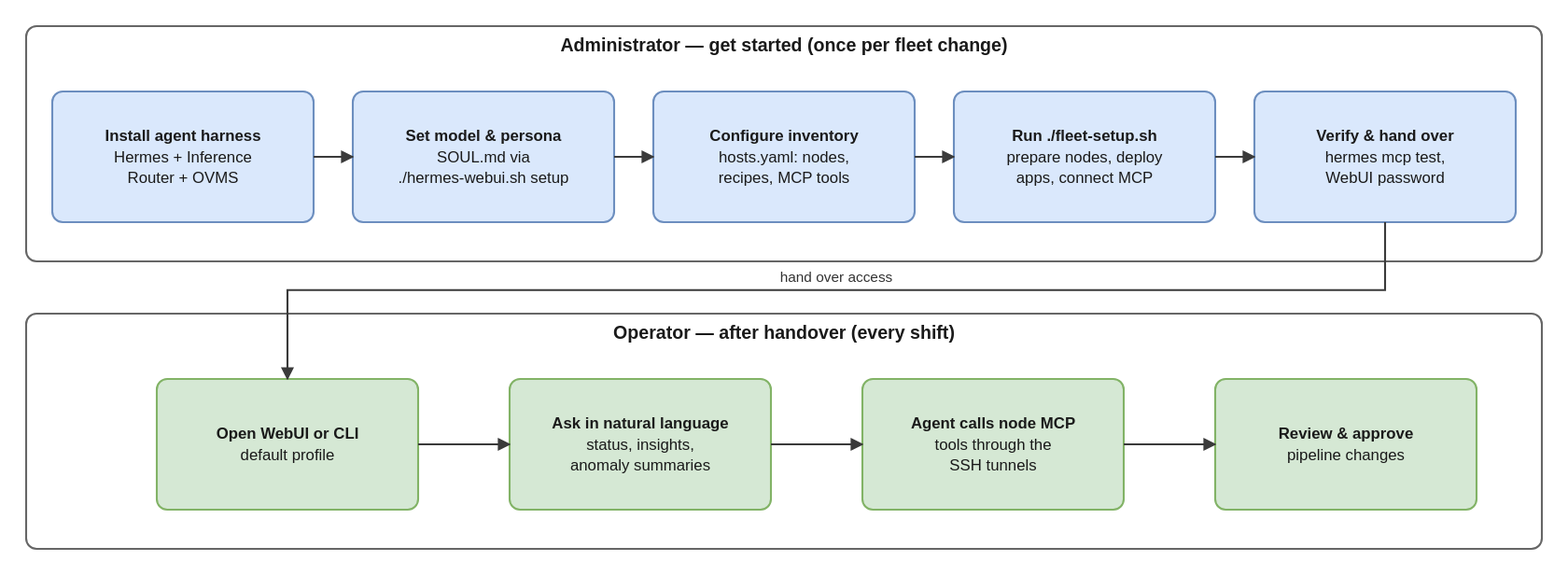
open-edge-platform/manufacturing-ai-suite keeps this draw.io diagram as factory-defects-inspector-agent/docs/user-guide/_assets/fdi-admin-operator-flows.drawio.svg. Above is the earlier version. Source tidied: cells renumbered, new cells last; positions are measured from the earlier drawing's top-left corner, leaving out a move shared by most shapes. The source it was exported from:
```xml
<mxGraphModel>
  <root>
    <mxCell id="0" />
    <mxCell id="1" parent="0" />
    <mxCell id="2" value="Administrator — get started (once per fleet change)" style="rounded=1;whiteSpace=wrap;html=1;fillColor=none;strokeColor=#666666;verticalAlign=top;fontStyle=1;fontSize=14;" parent="1" vertex="1">
      <mxGeometry width="1160" height="180" as="geometry" />
    </mxCell>
    <mxCell id="3" value="Operator — after handover (every shift)" style="rounded=1;whiteSpace=wrap;html=1;fillColor=none;strokeColor=#666666;verticalAlign=top;fontStyle=1;fontSize=14;" parent="1" vertex="1">
      <mxGeometry y="220" width="1160" height="180" as="geometry" />
    </mxCell>
    <mxCell id="4" value="Install agent harness&lt;br&gt;Hermes + Inference&lt;br&gt;Router + OVMS" style="rounded=1;whiteSpace=wrap;html=1;fillColor=#dae8fc;strokeColor=#6c8ebf;fontStyle=1;fontSize=12;" parent="1" vertex="1">
      <mxGeometry x="20" y="50" width="200" height="100" as="geometry" />
    </mxCell>
    <mxCell id="5" value="Set model &amp; persona&lt;br&gt;SOUL.md via&lt;br&gt;./hermes-webui.sh setup" style="rounded=1;whiteSpace=wrap;html=1;fillColor=#dae8fc;strokeColor=#6c8ebf;fontStyle=1;fontSize=12;" parent="1" vertex="1">
      <mxGeometry x="250" y="50" width="200" height="100" as="geometry" />
    </mxCell>
    <mxCell id="6" value="Configure inventory&lt;br&gt;hosts.yaml: nodes,&lt;br&gt;recipes, MCP tools" style="rounded=1;whiteSpace=wrap;html=1;fillColor=#dae8fc;strokeColor=#6c8ebf;fontStyle=1;fontSize=12;" parent="1" vertex="1">
      <mxGeometry x="480" y="50" width="200" height="100" as="geometry" />
    </mxCell>
    <mxCell id="7" value="Run ./fleet-setup.sh&lt;br&gt;prepare nodes, deploy&lt;br&gt;apps, connect MCP" style="rounded=1;whiteSpace=wrap;html=1;fillColor=#dae8fc;strokeColor=#6c8ebf;fontStyle=1;fontSize=12;" parent="1" vertex="1">
      <mxGeometry x="710" y="50" width="200" height="100" as="geometry" />
    </mxCell>
    <mxCell id="8" value="Verify &amp; hand over&lt;br&gt;hermes mcp test,&lt;br&gt;WebUI password" style="rounded=1;whiteSpace=wrap;html=1;fillColor=#dae8fc;strokeColor=#6c8ebf;fontStyle=1;fontSize=12;" parent="1" vertex="1">
      <mxGeometry x="940" y="50" width="200" height="100" as="geometry" />
    </mxCell>
    <mxCell id="9" style="html=1;rounded=0;endArrow=block;endFill=1;fontSize=11;" parent="1" edge="1">
      <mxGeometry relative="1" as="geometry">
        <mxPoint x="220" y="100" as="sourcePoint" />
        <mxPoint x="250" y="100" as="targetPoint" />
      </mxGeometry>
    </mxCell>
    <mxCell id="10" style="html=1;rounded=0;endArrow=block;endFill=1;fontSize=11;" parent="1" edge="1">
      <mxGeometry relative="1" as="geometry">
        <mxPoint x="450" y="100" as="sourcePoint" />
        <mxPoint x="480" y="100" as="targetPoint" />
      </mxGeometry>
    </mxCell>
    <mxCell id="11" style="html=1;rounded=0;endArrow=block;endFill=1;fontSize=11;" parent="1" edge="1">
      <mxGeometry relative="1" as="geometry">
        <mxPoint x="680" y="100" as="sourcePoint" />
        <mxPoint x="710" y="100" as="targetPoint" />
      </mxGeometry>
    </mxCell>
    <mxCell id="12" style="html=1;rounded=0;endArrow=block;endFill=1;fontSize=11;" parent="1" edge="1">
      <mxGeometry relative="1" as="geometry">
        <mxPoint x="910" y="100" as="sourcePoint" />
        <mxPoint x="940" y="100" as="targetPoint" />
      </mxGeometry>
    </mxCell>
    <mxCell id="13" value="Open WebUI or CLI&lt;br&gt;default profile" style="rounded=1;whiteSpace=wrap;html=1;fillColor=#d5e8d4;strokeColor=#82b366;fontStyle=1;fontSize=12;" parent="1" vertex="1">
      <mxGeometry x="100" y="270" width="200" height="100" as="geometry" />
    </mxCell>
    <mxCell id="14" value="Ask in natural language&lt;br&gt;status, insights,&lt;br&gt;anomaly summaries" style="rounded=1;whiteSpace=wrap;html=1;fillColor=#d5e8d4;strokeColor=#82b366;fontStyle=1;fontSize=12;" parent="1" vertex="1">
      <mxGeometry x="370" y="270" width="200" height="100" as="geometry" />
    </mxCell>
    <mxCell id="15" value="Agent calls node MCP&lt;br&gt;tools through the&lt;br&gt;SSH tunnels" style="rounded=1;whiteSpace=wrap;html=1;fillColor=#d5e8d4;strokeColor=#82b366;fontStyle=1;fontSize=12;" parent="1" vertex="1">
      <mxGeometry x="640" y="270" width="200" height="100" as="geometry" />
    </mxCell>
    <mxCell id="16" value="Review &amp; approve&lt;br&gt;pipeline changes" style="rounded=1;whiteSpace=wrap;html=1;fillColor=#d5e8d4;strokeColor=#82b366;fontStyle=1;fontSize=12;" parent="1" vertex="1">
      <mxGeometry x="910" y="270" width="200" height="100" as="geometry" />
    </mxCell>
    <mxCell id="17" style="html=1;rounded=0;endArrow=block;endFill=1;fontSize=11;" parent="1" edge="1">
      <mxGeometry relative="1" as="geometry">
        <mxPoint x="300" y="320" as="sourcePoint" />
        <mxPoint x="370" y="320" as="targetPoint" />
      </mxGeometry>
    </mxCell>
    <mxCell id="18" style="html=1;rounded=0;endArrow=block;endFill=1;fontSize=11;" parent="1" edge="1">
      <mxGeometry relative="1" as="geometry">
        <mxPoint x="570" y="320" as="sourcePoint" />
        <mxPoint x="640" y="320" as="targetPoint" />
      </mxGeometry>
    </mxCell>
    <mxCell id="19" style="html=1;rounded=0;endArrow=block;endFill=1;fontSize=11;" parent="1" edge="1">
      <mxGeometry relative="1" as="geometry">
        <mxPoint x="840" y="320" as="sourcePoint" />
        <mxPoint x="910" y="320" as="targetPoint" />
      </mxGeometry>
    </mxCell>
    <mxCell id="20" value="hand over access" style="html=1;rounded=0;endArrow=block;endFill=1;fontSize=11;" parent="1" edge="1">
      <mxGeometry relative="1" as="geometry">
        <mxPoint x="1040" y="150" as="sourcePoint" />
        <mxPoint x="200" y="270" as="targetPoint" />
        <Array as="points">
          <mxPoint x="1040" y="202" />
          <mxPoint x="200" y="202" />
        </Array>
      </mxGeometry>
    </mxCell>
  </root>
</mxGraphModel>
```
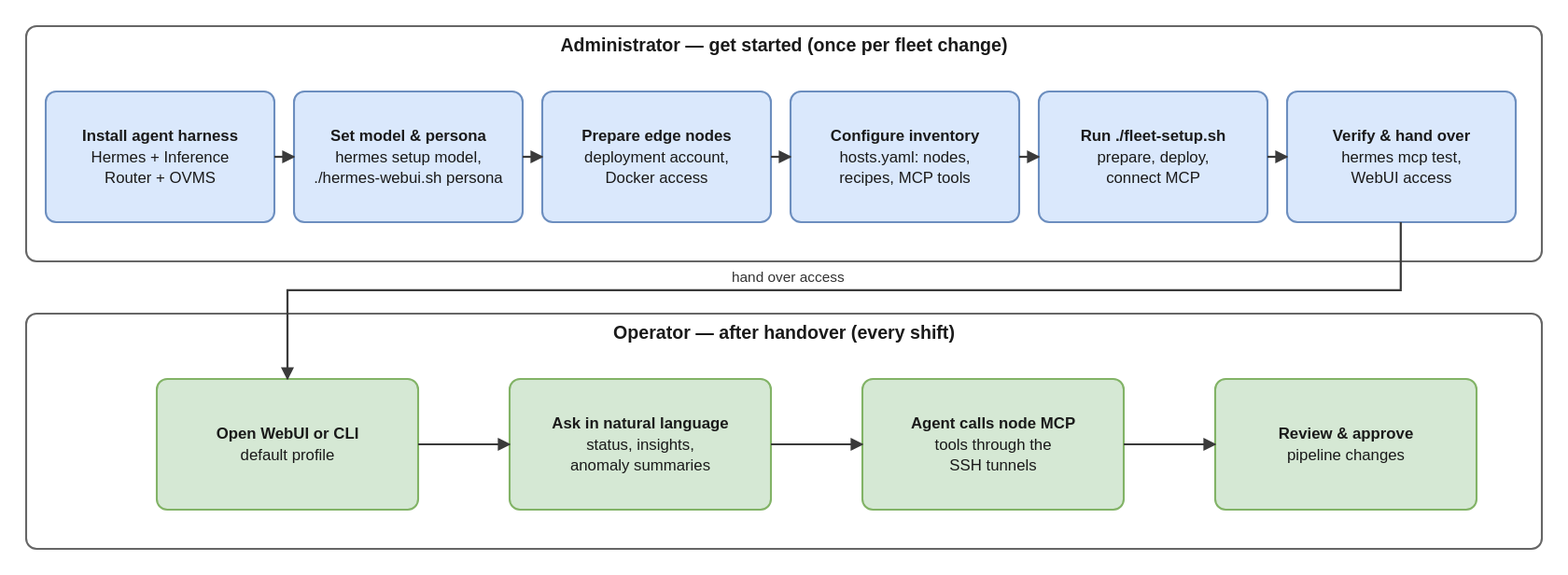
The same diagram one commit later.

Commit message:
docs(factory-defects-inspector-agent): fix architecture diagram accuracy and layout

The edit, as a diff of the source:
```diff
@@ -9,83 +9,95 @@
       <mxGeometry y="220" width="1160" height="180" as="geometry" />
     </mxCell>
     <mxCell id="4" value="Install agent harness&lt;br&gt;Hermes + Inference&lt;br&gt;Router + OVMS" style="rounded=1;whiteSpace=wrap;html=1;fillColor=#dae8fc;strokeColor=#6c8ebf;fontStyle=1;fontSize=12;" parent="1" vertex="1">
-      <mxGeometry x="20" y="50" width="200" height="100" as="geometry" />
+      <mxGeometry x="15" y="50" width="175" height="100" as="geometry" />
     </mxCell>
-    <mxCell id="5" value="Set model &amp; persona&lt;br&gt;SOUL.md via&lt;br&gt;./hermes-webui.sh setup" style="rounded=1;whiteSpace=wrap;html=1;fillColor=#dae8fc;strokeColor=#6c8ebf;fontStyle=1;fontSize=12;" parent="1" vertex="1">
-      <mxGeometry x="250" y="50" width="200" height="100" as="geometry" />
+    <mxCell id="5" value="Set model &amp; persona&lt;br&gt;hermes setup model,&lt;br&gt;./hermes-webui.sh persona" style="rounded=1;whiteSpace=wrap;html=1;fillColor=#dae8fc;strokeColor=#6c8ebf;fontStyle=1;fontSize=12;" parent="1" vertex="1">
+      <mxGeometry x="205" y="50" width="175" height="100" as="geometry" />
     </mxCell>
-    <mxCell id="6" value="Configure inventory&lt;br&gt;hosts.yaml: nodes,&lt;br&gt;recipes, MCP tools" style="rounded=1;whiteSpace=wrap;html=1;fillColor=#dae8fc;strokeColor=#6c8ebf;fontStyle=1;fontSize=12;" parent="1" vertex="1">
-      <mxGeometry x="480" y="50" width="200" height="100" as="geometry" />
+    <mxCell id="6" value="Prepare edge nodes&lt;br&gt;deployment account,&lt;br&gt;Docker access" style="rounded=1;whiteSpace=wrap;html=1;fillColor=#dae8fc;strokeColor=#6c8ebf;fontStyle=1;fontSize=12;" parent="1" vertex="1">
+      <mxGeometry x="395" y="50" width="175" height="100" as="geometry" />
     </mxCell>
-    <mxCell id="7" value="Run ./fleet-setup.sh&lt;br&gt;prepare nodes, deploy&lt;br&gt;apps, connect MCP" style="rounded=1;whiteSpace=wrap;html=1;fillColor=#dae8fc;strokeColor=#6c8ebf;fontStyle=1;fontSize=12;" parent="1" vertex="1">
-      <mxGeometry x="710" y="50" width="200" height="100" as="geometry" />
+    <mxCell id="7" value="Configure inventory&lt;br&gt;hosts.yaml: nodes,&lt;br&gt;recipes, MCP tools" style="rounded=1;whiteSpace=wrap;html=1;fillColor=#dae8fc;strokeColor=#6c8ebf;fontStyle=1;fontSize=12;" parent="1" vertex="1">
+      <mxGeometry x="585" y="50" width="175" height="100" as="geometry" />
     </mxCell>
-    <mxCell id="8" value="Verify &amp; hand over&lt;br&gt;hermes mcp test,&lt;br&gt;WebUI password" style="rounded=1;whiteSpace=wrap;html=1;fillColor=#dae8fc;strokeColor=#6c8ebf;fontStyle=1;fontSize=12;" parent="1" vertex="1">
-      <mxGeometry x="940" y="50" width="200" height="100" as="geometry" />
+    <mxCell id="8" value="Run ./fleet-setup.sh&lt;br&gt;prepare, deploy,&lt;br&gt;connect MCP" style="rounded=1;whiteSpace=wrap;html=1;fillColor=#dae8fc;strokeColor=#6c8ebf;fontStyle=1;fontSize=12;" parent="1" vertex="1">
+      <mxGeometry x="775" y="50" width="175" height="100" as="geometry" />
     </mxCell>
-    <mxCell id="9" style="html=1;rounded=0;endArrow=block;endFill=1;fontSize=11;" parent="1" edge="1">
-      <mxGeometry relative="1" as="geometry">
-        <mxPoint x="220" y="100" as="sourcePoint" />
-        <mxPoint x="250" y="100" as="targetPoint" />
-      </mxGeometry>
+    <mxCell id="9" value="Verify &amp; hand over&lt;br&gt;hermes mcp test,&lt;br&gt;WebUI access" style="rounded=1;whiteSpace=wrap;html=1;fillColor=#dae8fc;strokeColor=#6c8ebf;fontStyle=1;fontSize=12;" parent="1" vertex="1">
+      <mxGeometry x="965" y="50" width="175" height="100" as="geometry" />
     </mxCell>
-    <mxCell id="10" style="html=1;rounded=0;endArrow=block;endFill=1;fontSize=11;" parent="1" edge="1">
+    <mxCell id="10" style="html=1;rounded=0;strokeColor=#3a3a3a;strokeWidth=1.6;endArrow=block;endFill=1;" parent="1" edge="1">
       <mxGeometry relative="1" as="geometry">
-        <mxPoint x="450" y="100" as="sourcePoint" />
-        <mxPoint x="480" y="100" as="targetPoint" />
+        <mxPoint x="190" y="100" as="sourcePoint" />
+        <mxPoint x="205" y="100" as="targetPoint" />
       </mxGeometry>
     </mxCell>
-    <mxCell id="11" style="html=1;rounded=0;endArrow=block;endFill=1;fontSize=11;" parent="1" edge="1">
+    <mxCell id="11" style="html=1;rounded=0;strokeColor=#3a3a3a;strokeWidth=1.6;endArrow=block;endFill=1;" parent="1" edge="1">
       <mxGeometry relative="1" as="geometry">
-        <mxPoint x="680" y="100" as="sourcePoint" />
-        <mxPoint x="710" y="100" as="targetPoint" />
+        <mxPoint x="380" y="100" as="sourcePoint" />
+        <mxPoint x="395" y="100" as="targetPoint" />
       </mxGeometry>
     </mxCell>
-    <mxCell id="12" style="html=1;rounded=0;endArrow=block;endFill=1;fontSize=11;" parent="1" edge="1">
+    <mxCell id="12" style="html=1;rounded=0;strokeColor=#3a3a3a;strokeWidth=1.6;endArrow=block;endFill=1;" parent="1" edge="1">
       <mxGeometry relative="1" as="geometry">
-        <mxPoint x="910" y="100" as="sourcePoint" />
-        <mxPoint x="940" y="100" as="targetPoint" />
+        <mxPoint x="570" y="100" as="sourcePoint" />
+        <mxPoint x="585" y="100" as="targetPoint" />
       </mxGeometry>
     </mxCell>
-    <mxCell id="13" value="Open WebUI or CLI&lt;br&gt;default profile" style="rounded=1;whiteSpace=wrap;html=1;fillColor=#d5e8d4;strokeColor=#82b366;fontStyle=1;fontSize=12;" parent="1" vertex="1">
-      <mxGeometry x="100" y="270" width="200" height="100" as="geometry" />
+    <mxCell id="13" style="html=1;rounded=0;strokeColor=#3a3a3a;strokeWidth=1.6;endArrow=block;endFill=1;" parent="1" edge="1">
+      <mxGeometry relative="1" as="geometry">
+        <mxPoint x="760" y="100" as="sourcePoint" />
+        <mxPoint x="775" y="100" as="targetPoint" />
+      </mxGeometry>
     </mxCell>
-    <mxCell id="14" value="Ask in natural language&lt;br&gt;status, insights,&lt;br&gt;anomaly summaries" style="rounded=1;whiteSpace=wrap;html=1;fillColor=#d5e8d4;strokeColor=#82b366;fontStyle=1;fontSize=12;" parent="1" vertex="1">
-      <mxGeometry x="370" y="270" width="200" height="100" as="geometry" />
+    <mxCell id="14" style="html=1;rounded=0;strokeColor=#3a3a3a;strokeWidth=1.6;endArrow=block;endFill=1;" parent="1" edge="1">
+      <mxGeometry relative="1" as="geometry">
+        <mxPoint x="950" y="100" as="sourcePoint" />
+        <mxPoint x="965" y="100" as="targetPoint" />
+      </mxGeometry>
     </mxCell>
-    <mxCell id="15" value="Agent calls node MCP&lt;br&gt;tools through the&lt;br&gt;SSH tunnels" style="rounded=1;whiteSpace=wrap;html=1;fillColor=#d5e8d4;strokeColor=#82b366;fontStyle=1;fontSize=12;" parent="1" vertex="1">
-      <mxGeometry x="640" y="270" width="200" height="100" as="geometry" />
+    <mxCell id="15" value="Open WebUI or CLI&lt;br&gt;default profile" style="rounded=1;whiteSpace=wrap;html=1;fillColor=#d5e8d4;strokeColor=#82b366;fontStyle=1;fontSize=12;" parent="1" vertex="1">
+      <mxGeometry x="100" y="270" width="200" height="100" as="geometry" />
     </mxCell>
-    <mxCell id="16" value="Review &amp; approve&lt;br&gt;pipeline changes" style="rounded=1;whiteSpace=wrap;html=1;fillColor=#d5e8d4;strokeColor=#82b366;fontStyle=1;fontSize=12;" parent="1" vertex="1">
-      <mxGeometry x="910" y="270" width="200" height="100" as="geometry" />
+    <mxCell id="16" value="Ask in natural language&lt;br&gt;status, insights,&lt;br&gt;anomaly summaries" style="rounded=1;whiteSpace=wrap;html=1;fillColor=#d5e8d4;strokeColor=#82b366;fontStyle=1;fontSize=12;" parent="1" vertex="1">
+      <mxGeometry x="370" y="270" width="200" height="100" as="geometry" />
     </mxCell>
-    <mxCell id="17" style="html=1;rounded=0;endArrow=block;endFill=1;fontSize=11;" parent="1" edge="1">
-      <mxGeometry relative="1" as="geometry">
-        <mxPoint x="300" y="320" as="sourcePoint" />
-        <mxPoint x="370" y="320" as="targetPoint" />
-      </mxGeometry>
+    <mxCell id="17" value="Agent calls node MCP&lt;br&gt;tools through the&lt;br&gt;SSH tunnels" style="rounded=1;whiteSpace=wrap;html=1;fillColor=#d5e8d4;strokeColor=#82b366;fontStyle=1;fontSize=12;" parent="1" vertex="1">
+      <mxGeometry x="640" y="270" width="200" height="100" as="geometry" />
     </mxCell>
-    <mxCell id="18" style="html=1;rounded=0;endArrow=block;endFill=1;fontSize=11;" parent="1" edge="1">
-      <mxGeometry relative="1" as="geometry">
-        <mxPoint x="570" y="320" as="sourcePoint" />
-        <mxPoint x="640" y="320" as="targetPoint" />
-      </mxGeometry>
+    <mxCell id="18" value="Review &amp; approve&lt;br&gt;pipeline changes" style="rounded=1;whiteSpace=wrap;html=1;fillColor=#d5e8d4;strokeColor=#82b366;fontStyle=1;fontSize=12;" parent="1" vertex="1">
+      <mxGeometry x="910" y="270" width="200" height="100" as="geometry" />
     </mxCell>
-    <mxCell id="19" style="html=1;rounded=0;endArrow=block;endFill=1;fontSize=11;" parent="1" edge="1">
+    <mxCell id="19" style="html=1;rounded=0;strokeColor=#3a3a3a;strokeWidth=1.6;endArrow=block;endFill=1;" parent="1" edge="1">
       <mxGeometry relative="1" as="geometry">
-        <mxPoint x="840" y="320" as="sourcePoint" />
-        <mxPoint x="910" y="320" as="targetPoint" />
+        <mxPoint x="300" y="320" as="sourcePoint" />
+        <mxPoint x="370" y="320" as="targetPoint" />
       </mxGeometry>
     </mxCell>
-    <mxCell id="20" value="hand over access" style="html=1;rounded=0;endArrow=block;endFill=1;fontSize=11;" parent="1" edge="1">
+    <mxCell id="20" style="html=1;rounded=0;strokeColor=#3a3a3a;strokeWidth=1.6;endArrow=block;endFill=1;" parent="1" edge="1">
       <mxGeometry relative="1" as="geometry">
-        <mxPoint x="1040" y="150" as="sourcePoint" />
-        <mxPoint x="200" y="270" as="targetPoint" />
-        <Array as="points">
-          <mxPoint x="1040" y="202" />
-          <mxPoint x="200" y="202" />
-        </Array>
+        <mxPoint x="570" y="320" as="sourcePoint" />
+        <mxPoint x="640" y="320" as="targetPoint" />
       </mxGeometry>
     </mxCell>
+    <mxCell id="21" style="html=1;rounded=0;strokeColor=#3a3a3a;strokeWidth=1.6;endArrow=block;endFill=1;" parent="1" edge="1">
+      <mxGeometry relative="1" as="geometry">
+        <mxPoint x="840" y="320" as="sourcePoint" />
+        <mxPoint x="910" y="320" as="targetPoint" />
+      </mxGeometry>
+    </mxCell>
+    <mxCell id="22" style="html=1;rounded=0;strokeColor=#3a3a3a;strokeWidth=1.6;endArrow=block;endFill=1;" parent="1" edge="1">
+      <mxGeometry relative="1" as="geometry">
+        <mxPoint x="1052" y="150" as="sourcePoint" />
+        <mxPoint x="200" y="270" as="targetPoint" />
+        <Array as="points">
+          <mxPoint x="1052" y="202" />
+          <mxPoint x="200" y="202" />
+        </Array>
+      </mxGeometry>
+    </mxCell>
+    <mxCell id="23" value="hand over access" style="text;html=1;align=left;verticalAlign=top;whiteSpace=wrap;fontSize=11;fontColor=#333333;strokeColor=none;fillColor=none;" parent="1" vertex="1">
+      <mxGeometry x="536" y="184" width="170" height="16" as="geometry" />
+    </mxCell>
   </root>
 </mxGraphModel>
```
